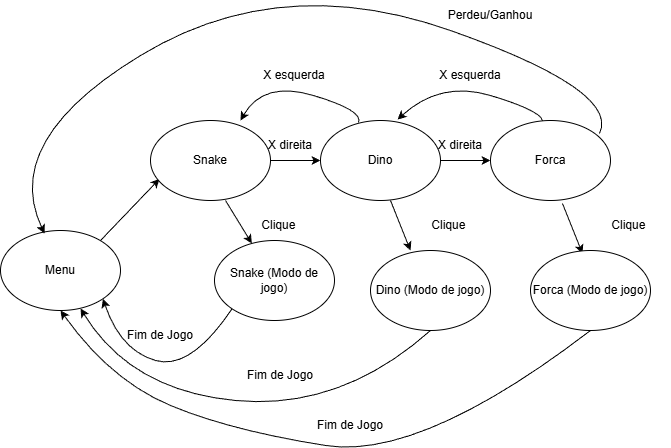
Earlier version of the draw.io export 04-Projeto Final/DiagramF.png (IF-DeividSilva/Sistemas_Embarcados). Source tidied: cells renumbered, new cells last; positions are measured from the earlier drawing's top-left corner, leaving out a move shared by most shapes.
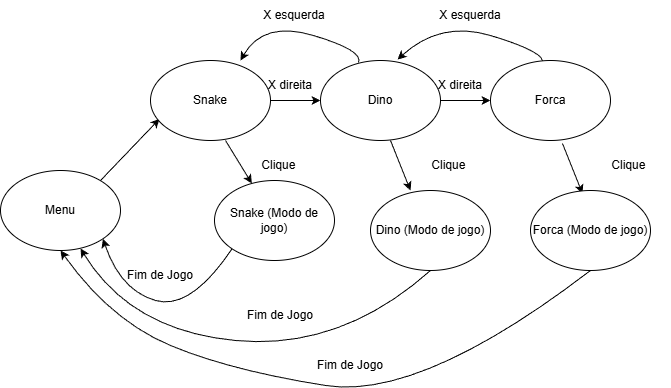
After the change.

Diff of the diagram source:
```diff
@@ -42,15 +42,6 @@
         </Array>
       </mxGeometry>
     </mxCell>
-    <mxCell id="11" style="curved=1;endArrow=classic;html=1;rounded=0;entryX=0.367;entryY=0.038;entryDx=0;entryDy=0;entryPerimeter=0;exitX=0.908;exitY=0.163;exitDx=0;exitDy=0;exitPerimeter=0;" parent="1" edge="1" source="8" target="2">
-      <mxGeometry relative="1" as="geometry">
-        <Array as="points">
-          <mxPoint x="620" y="120" />
-          <mxPoint x="280" />
-          <mxPoint y="170" />
-        </Array>
-      </mxGeometry>
-    </mxCell>
     <mxCell id="12" style="curved=1;endArrow=classic;html=1;rounded=0;entryX=0.5;entryY=1;entryDx=0;entryDy=0;exitX=0.5;exitY=1;exitDx=0;exitDy=0;" parent="1" edge="1" source="x">
       <mxGeometry relative="1" as="geometry">
         <mxPoint x="380" y="380" as="targetPoint" />
@@ -72,9 +63,6 @@
     <mxCell id="16" value="X direita&lt;span style=&quot;color: rgba(0, 0, 0, 0); font-family: monospace; font-size: 0px; text-align: start; text-wrap-mode: nowrap;&quot;&gt;%3CmxGraphModel%3E%3Croot%3E%3CmxCell%20id%3D%220%22%2F%3E%3CmxCell%20id%3D%221%22%20parent%3D%220%22%2F%3E%3CmxCell%20id%3D%222%22%20value%3D%22%26quot%3BClick%20Bot%C3%A3o%26quot%3B%22%20style%3D%22text%3Bhtml%3D1%3BwhiteSpace%3Dwrap%3BstrokeColor%3Dnone%3BfillColor%3Dnone%3Balign%3Dcenter%3BverticalAlign%3Dmiddle%3Brounded%3D0%3B%22%20vertex%3D%221%22%20parent%3D%221%22%3E%3CmxGeometry%20x%3D%22270%22%20y%3D%22310%22%20width%3D%2280%22%20height%3D%2230%22%20as%3D%22geometry%22%2F%3E%3C%2FmxCell%3E%3C%2Froot%3E%3C%2FmxGraphModel%3E&lt;/span&gt;" style="text;html=1;whiteSpace=wrap;strokeColor=none;fillColor=none;align=center;verticalAlign=middle;rounded=0;" parent="1" vertex="1">
       <mxGeometry x="420" y="160" width="80" height="30" as="geometry" />
     </mxCell>
-    <mxCell id="17" value="Perdeu/Ganhou" style="text;html=1;whiteSpace=wrap;strokeColor=none;fillColor=none;align=center;verticalAlign=middle;rounded=0;" parent="1" vertex="1">
-      <mxGeometry x="450" y="30" width="80" height="30" as="geometry" />
-    </mxCell>
     <mxCell id="18" style="curved=1;endArrow=classic;html=1;rounded=0;exitX=0.5;exitY=1;exitDx=0;exitDy=0;entryX=0.5;entryY=1;entryDx=0;entryDy=0;" parent="1" edge="1" source="27" target="2">
       <mxGeometry relative="1" as="geometry">
         <Array as="points">
```
